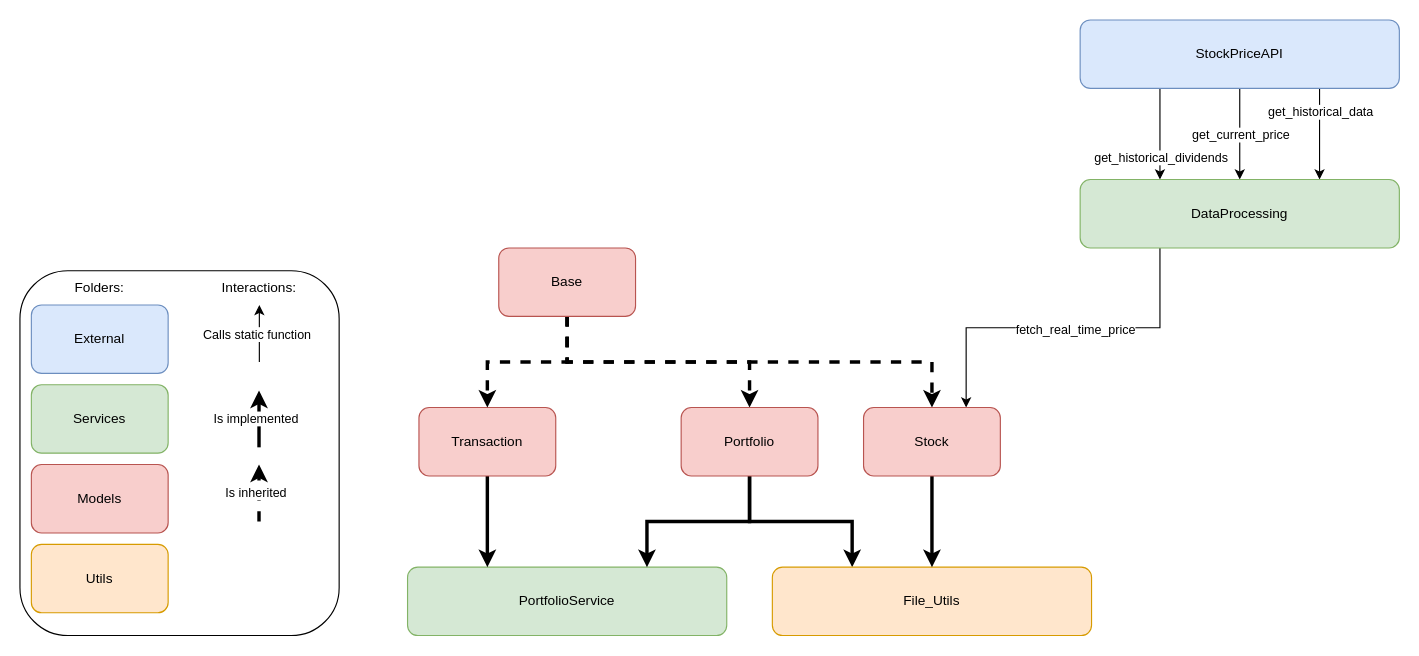
Earlier version of the draw.io diagram page "Global Architecture" (1 of 2) of stock_portfolio_app.drawio (glongrais/Portfolio_Balancer). Source tidied: cells renumbered, new cells numbered last; positions are measured from the earlier drawing's top-left corner, leaving out a move shared by most shapes. Both pictures are drawn from the tidied source at 114%, with x=0, y=0 at pixel (19, 19).
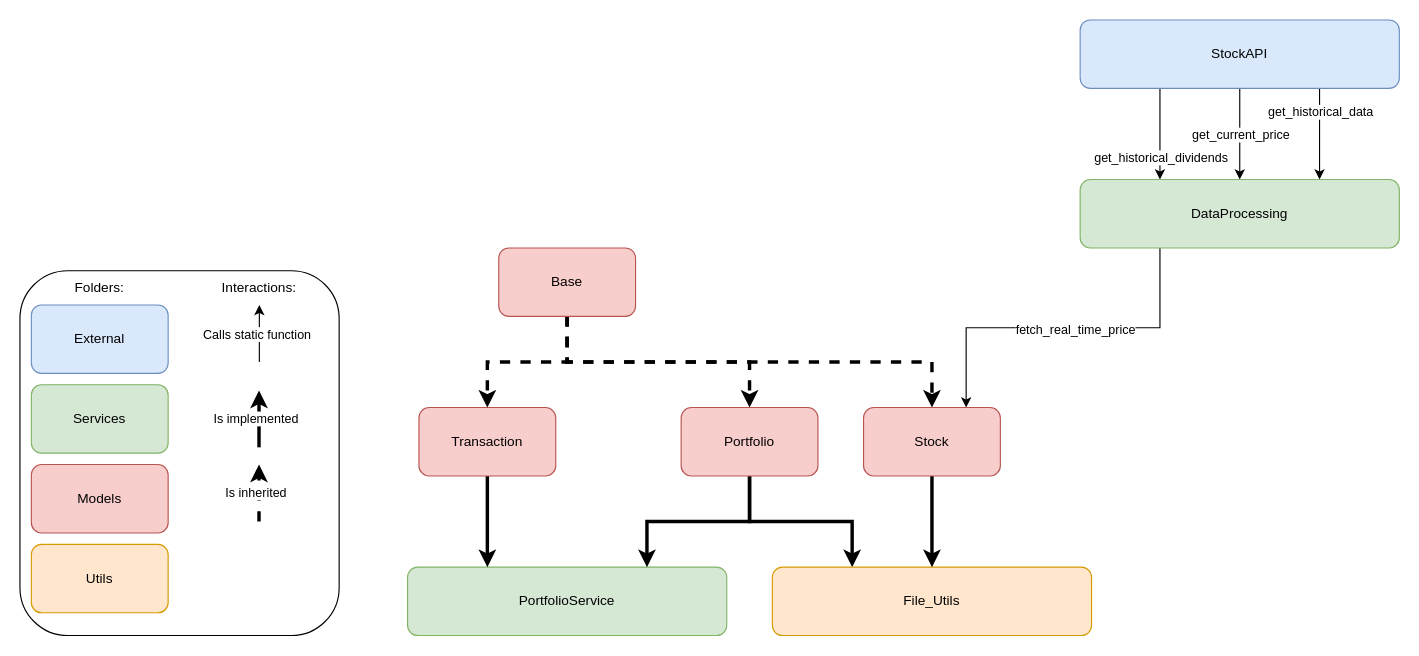
After the change.

Commit message (it also covers changes not shown here):
DatabaseService + dataclass for Stock

The edit, as a diff of the source:
```diff
@@
-    <mxCell id="8" value="StockPriceAPI" style="rounded=1;whiteSpace=wrap;html=1;fillColor=#dae8fc;strokeColor=#6c8ebf;" parent="1" vertex="1">
+    <mxCell id="8" value="StockAPI" style="rounded=1;whiteSpace=wrap;html=1;fillColor=#dae8fc;strokeColor=#6c8ebf;" parent="1" vertex="1">
       <mxGeometry x="930" width="280" height="60" as="geometry" />
     </mxCell>
```
